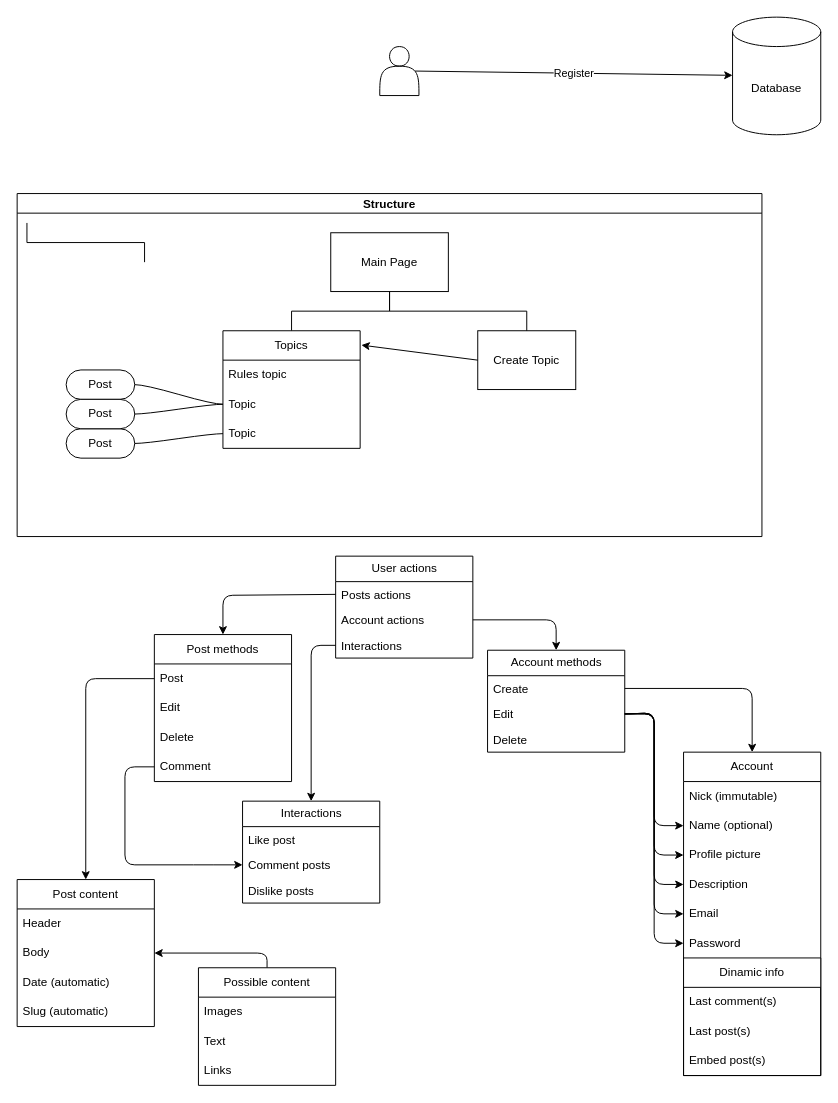
erorr-404/School_Forum keeps this draw.io diagram as scheme.drawio. Above is the earlier version. Source tidied: cells renumbered, new cells numbered last; positions are measured from the earlier drawing's top-left corner, leaving out a move shared by most shapes. Both pictures are drawn from the tidied source at 98%, with x=0, y=0 at pixel (17, 17).
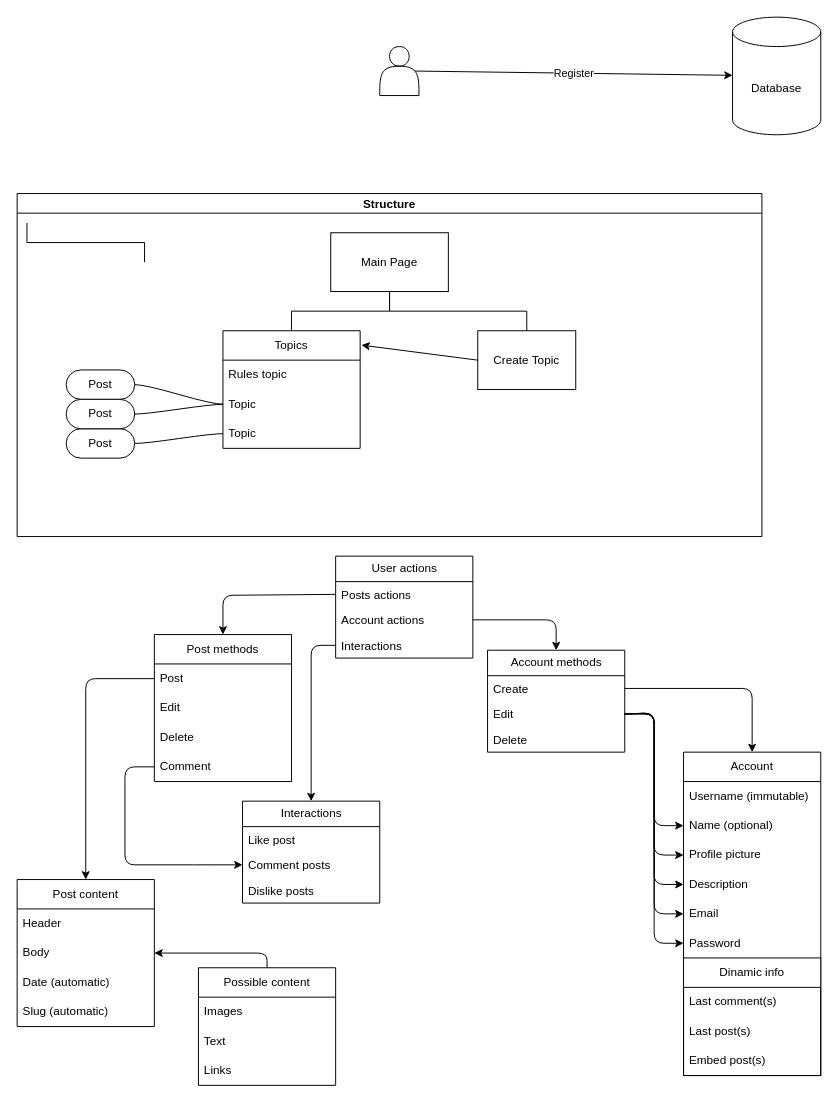
Above is the later version.

The change refers to these unchanged cells:
```xml
<mxCell id="55" value="Account" style="swimlane;fontStyle=0;horizontal=1;startSize=30;whiteSpace=wrap;html=1;" parent="1" vertex="1">
  <mxGeometry x="680" y="750" width="140" height="330" as="geometry" />
</mxCell>
```

Change to the diagram source:
```diff
@@
-    <mxCell id="56" value="Nick (immutable)" style="text;strokeColor=none;fillColor=none;align=left;verticalAlign=middle;spacingLeft=4;spacingRight=4;overflow=hidden;whiteSpace=wrap;html=1;" parent="55" vertex="1">
+    <mxCell id="56" value="Username (immutable)" style="text;strokeColor=none;fillColor=none;align=left;verticalAlign=middle;spacingLeft=4;spacingRight=4;overflow=hidden;whiteSpace=wrap;html=1;" parent="55" vertex="1">
       <mxGeometry y="30" width="140" height="30" as="geometry" />
     </mxCell>
```
